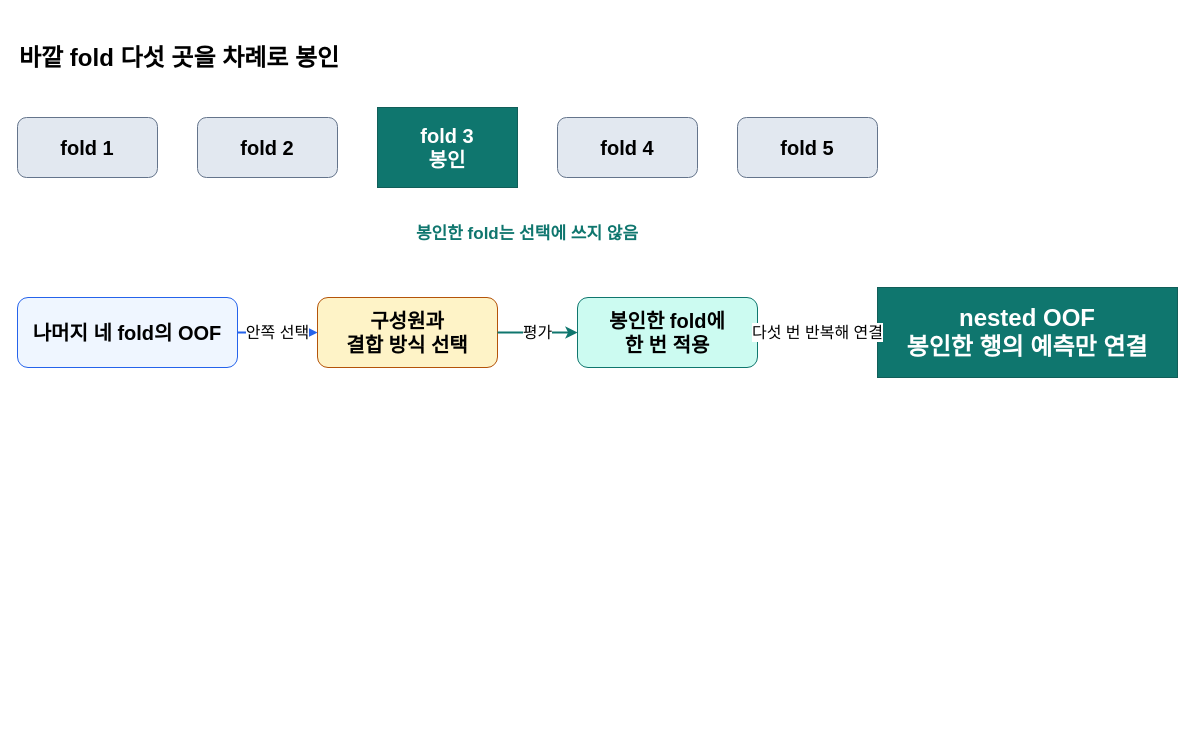
Before: docs/presentation/assets/retrospective-nested-oof.drawio in tmheo/predicting-smartphone-addiction, a draw.io diagram. Source tidied: cells renumbered, new cells numbered last; positions are measured from the earlier drawing's top-left corner, leaving out a move shared by most shapes. Both pictures are drawn from the tidied source at 100%, with x=0, y=0 at pixel (17, 37).
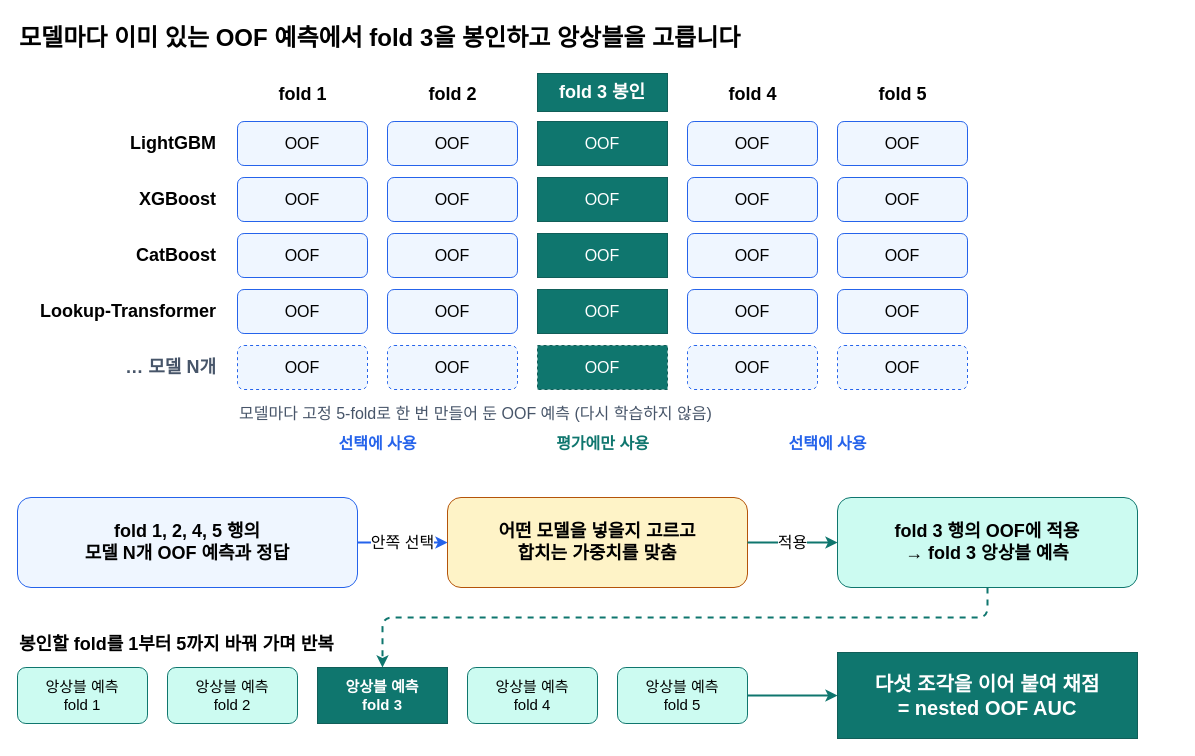
The same diagram, later.

Commit message (it also covers changes not shown here):
docs: nested OOF 그림을 모델별 OOF 표 기반으로 다시 그린다

Diff of the diagram source:
```diff
@@
-    <mxCell id="2" value="바깥 fold 다섯 곳을 차례로 봉인" style="text;html=1;fontStyle=1;fontSize=24;align=left;" parent="1" vertex="1">
-      <mxGeometry width="440" height="50" as="geometry" />
-    </mxCell>
+    <mxCell id="16" value="모델마다 이미 있는 OOF 예측에서 fold 3을 봉인하고 앙상블을 고릅니다" style="text;html=1;fontStyle=1;fontSize=24;align=left;" parent="1" vertex="1">
+      <mxGeometry y="-20" width="1000" height="50" as="geometry" />
+    </mxCell>
-    <mxCell id="3" value="fold 1" style="rounded=1;whiteSpace=wrap;html=1;fillColor=#e2e8f0;strokeColor=#64748b;fontStyle=1;fontSize=20;" parent="1" vertex="1">
-      <mxGeometry y="80" width="140" height="60" as="geometry" />
+    <mxCell id="3" value="fold 1" style="text;html=1;fontStyle=1;fontSize=18;align=center;" parent="1" vertex="1">
+      <mxGeometry x="220" y="40" width="130" height="30" as="geometry" />
     </mxCell>
-    <mxCell id="4" value="fold 2" style="rounded=1;whiteSpace=wrap;html=1;fillColor=#e2e8f0;strokeColor=#64748b;fontStyle=1;fontSize=20;" parent="1" vertex="1">
-      <mxGeometry x="180" y="80" width="140" height="60" as="geometry" />
+    <mxCell id="4" value="fold 2" style="text;html=1;fontStyle=1;fontSize=18;align=center;" parent="1" vertex="1">
+      <mxGeometry x="370" y="40" width="130" height="30" as="geometry" />
     </mxCell>
-    <mxCell id="5" value="fold 3&#10;봉인" style="rounded=0;whiteSpace=wrap;html=1;fillColor=#0f766e;strokeColor=#115e59;fontColor=#ffffff;fontStyle=1;fontSize=20;" parent="1" vertex="1">
-      <mxGeometry x="360" y="70" width="140" height="80" as="geometry" />
+    <mxCell id="5" value="fold 3 봉인" style="rounded=0;whiteSpace=wrap;html=1;fillColor=#0f766e;strokeColor=#115e59;fontColor=#ffffff;fontStyle=1;fontSize=18;" parent="1" vertex="1">
+      <mxGeometry x="520" y="36" width="130" height="38" as="geometry" />
     </mxCell>
-    <mxCell id="6" value="fold 4" style="rounded=1;whiteSpace=wrap;html=1;fillColor=#e2e8f0;strokeColor=#64748b;fontStyle=1;fontSize=20;" parent="1" vertex="1">
-      <mxGeometry x="540" y="80" width="140" height="60" as="geometry" />
+    <mxCell id="6" value="fold 4" style="text;html=1;fontStyle=1;fontSize=18;align=center;" parent="1" vertex="1">
+      <mxGeometry x="670" y="40" width="130" height="30" as="geometry" />
     </mxCell>
-    <mxCell id="7" value="fold 5" style="rounded=1;whiteSpace=wrap;html=1;fillColor=#e2e8f0;strokeColor=#64748b;fontStyle=1;fontSize=20;" parent="1" vertex="1">
-      <mxGeometry x="720" y="80" width="140" height="60" as="geometry" />
+    <mxCell id="7" value="fold 5" style="text;html=1;fontStyle=1;fontSize=18;align=center;" parent="1" vertex="1">
+      <mxGeometry x="820" y="40" width="130" height="30" as="geometry" />
     </mxCell>
-    <mxCell id="8" value="나머지 네 fold의 OOF" style="rounded=1;whiteSpace=wrap;html=1;fillColor=#eff6ff;strokeColor=#2563eb;fontStyle=1;fontSize=20;" parent="1" vertex="1">
-      <mxGeometry y="260" width="220" height="70" as="geometry" />
-    </mxCell>
-    <mxCell id="9" value="구성원과&#10;결합 방식 선택" style="rounded=1;whiteSpace=wrap;html=1;fillColor=#fef3c7;strokeColor=#b45309;fontStyle=1;fontSize=20;" parent="1" vertex="1">
-      <mxGeometry x="300" y="260" width="180" height="70" as="geometry" />
-    </mxCell>
-    <mxCell id="10" value="봉인한 fold에&#10;한 번 적용" style="rounded=1;whiteSpace=wrap;html=1;fillColor=#ccfbf1;strokeColor=#0f766e;fontStyle=1;fontSize=20;" parent="1" vertex="1">
-      <mxGeometry x="560" y="260" width="180" height="70" as="geometry" />
-    </mxCell>
-    <mxCell id="11" value="봉인한 fold는 선택에 쓰지 않음" style="text;whiteSpace=wrap;html=1;fontColor=#0f766e;fontStyle=1;fontSize=17;align=center;" parent="1" vertex="1">
-      <mxGeometry x="360" y="180" width="300" height="40" as="geometry" />
-    </mxCell>
-    <mxCell id="12" value="nested OOF&#10;봉인한 행의 예측만 연결" style="rounded=0;whiteSpace=wrap;html=1;fillColor=#0f766e;strokeColor=#115e59;fontColor=#ffffff;fontStyle=1;fontSize=24;" parent="1" vertex="1">
-      <mxGeometry x="860" y="250" width="300" height="90" as="geometry" />
-    </mxCell>
+    <mxCell id="17" value="LightGBM" style="text;html=1;fontStyle=1;fontSize=18;align=right;verticalAlign=middle;" parent="1" vertex="1">
+      <mxGeometry y="84" width="200" height="44" as="geometry" />
+    </mxCell>
+    <mxCell id="18" value="XGBoost" style="text;html=1;fontStyle=1;fontSize=18;align=right;verticalAlign=middle;" parent="1" vertex="1">
+      <mxGeometry y="140" width="200" height="44" as="geometry" />
+    </mxCell>
+    <mxCell id="19" value="CatBoost" style="text;html=1;fontStyle=1;fontSize=18;align=right;verticalAlign=middle;" parent="1" vertex="1">
+      <mxGeometry y="196" width="200" height="44" as="geometry" />
+    </mxCell>
+    <mxCell id="20" value="Lookup-Transformer" style="text;html=1;fontStyle=1;fontSize=18;align=right;verticalAlign=middle;" parent="1" vertex="1">
+      <mxGeometry y="252" width="200" height="44" as="geometry" />
+    </mxCell>
+    <mxCell id="21" value="… 모델 N개" style="text;html=1;fontStyle=1;fontSize=18;align=right;verticalAlign=middle;fontColor=#475569;" parent="1" vertex="1">
+      <mxGeometry y="308" width="200" height="44" as="geometry" />
+    </mxCell>
+    <mxCell id="22" value="OOF" style="rounded=1;whiteSpace=wrap;html=1;fillColor=#eff6ff;strokeColor=#2563eb;fontSize=16;" parent="1" vertex="1">
+      <mxGeometry x="220" y="84" width="130" height="44" as="geometry" />
+    </mxCell>
+    <mxCell id="23" value="OOF" style="rounded=1;whiteSpace=wrap;html=1;fillColor=#eff6ff;strokeColor=#2563eb;fontSize=16;" parent="1" vertex="1">
+      <mxGeometry x="370" y="84" width="130" height="44" as="geometry" />
+    </mxCell>
+    <mxCell id="24" value="OOF" style="rounded=0;whiteSpace=wrap;html=1;fillColor=#0f766e;strokeColor=#115e59;fontColor=#ffffff;fontSize=16;" parent="1" vertex="1">
+      <mxGeometry x="520" y="84" width="130" height="44" as="geometry" />
+    </mxCell>
+    <mxCell id="25" value="OOF" style="rounded=1;whiteSpace=wrap;html=1;fillColor=#eff6ff;strokeColor=#2563eb;fontSize=16;" parent="1" vertex="1">
+      <mxGeometry x="670" y="84" width="130" height="44" as="geometry" />
+    </mxCell>
+    <mxCell id="26" value="OOF" style="rounded=1;whiteSpace=wrap;html=1;fillColor=#eff6ff;strokeColor=#2563eb;fontSize=16;" parent="1" vertex="1">
+      <mxGeometry x="820" y="84" width="130" height="44" as="geometry" />
+    </mxCell>
+    <mxCell id="27" value="OOF" style="rounded=1;whiteSpace=wrap;html=1;fillColor=#eff6ff;strokeColor=#2563eb;fontSize=16;" parent="1" vertex="1">
+      <mxGeometry x="220" y="140" width="130" height="44" as="geometry" />
+    </mxCell>
+    <mxCell id="28" value="OOF" style="rounded=1;whiteSpace=wrap;html=1;fillColor=#eff6ff;strokeColor=#2563eb;fontSize=16;" parent="1" vertex="1">
+      <mxGeometry x="370" y="140" width="130" height="44" as="geometry" />
+    </mxCell>
+    <mxCell id="29" value="OOF" style="rounded=0;whiteSpace=wrap;html=1;fillColor=#0f766e;strokeColor=#115e59;fontColor=#ffffff;fontSize=16;" parent="1" vertex="1">
+      <mxGeometry x="520" y="140" width="130" height="44" as="geometry" />
+    </mxCell>
+    <mxCell id="30" value="OOF" style="rounded=1;whiteSpace=wrap;html=1;fillColor=#eff6ff;strokeColor=#2563eb;fontSize=16;" parent="1" vertex="1">
+      <mxGeometry x="670" y="140" width="130" height="44" as="geometry" />
+    </mxCell>
+    <mxCell id="31" value="OOF" style="rounded=1;whiteSpace=wrap;html=1;fillColor=#eff6ff;strokeColor=#2563eb;fontSize=16;" parent="1" vertex="1">
+      <mxGeometry x="820" y="140" width="130" height="44" as="geometry" />
+    </mxCell>
+    <mxCell id="32" value="OOF" style="rounded=1;whiteSpace=wrap;html=1;fillColor=#eff6ff;strokeColor=#2563eb;fontSize=16;" parent="1" vertex="1">
+      <mxGeometry x="220" y="196" width="130" height="44" as="geometry" />
+    </mxCell>
+    <mxCell id="33" value="OOF" style="rounded=1;whiteSpace=wrap;html=1;fillColor=#eff6ff;strokeColor=#2563eb;fontSize=16;" parent="1" vertex="1">
+      <mxGeometry x="370" y="196" width="130" height="44" as="geometry" />
+    </mxCell>
+    <mxCell id="34" value="OOF" style="rounded=0;whiteSpace=wrap;html=1;fillColor=#0f766e;strokeColor=#115e59;fontColor=#ffffff;fontSize=16;" parent="1" vertex="1">
+      <mxGeometry x="520" y="196" width="130" height="44" as="geometry" />
+    </mxCell>
+    <mxCell id="35" value="OOF" style="rounded=1;whiteSpace=wrap;html=1;fillColor=#eff6ff;strokeColor=#2563eb;fontSize=16;" parent="1" vertex="1">
+      <mxGeometry x="670" y="196" width="130" height="44" as="geometry" />
+    </mxCell>
+    <mxCell id="36" value="OOF" style="rounded=1;whiteSpace=wrap;html=1;fillColor=#eff6ff;strokeColor=#2563eb;fontSize=16;" parent="1" vertex="1">
+      <mxGeometry x="820" y="196" width="130" height="44" as="geometry" />
+    </mxCell>
+    <mxCell id="37" value="OOF" style="rounded=1;whiteSpace=wrap;html=1;fillColor=#eff6ff;strokeColor=#2563eb;fontSize=16;" parent="1" vertex="1">
+      <mxGeometry x="220" y="252" width="130" height="44" as="geometry" />
+    </mxCell>
+    <mxCell id="38" value="OOF" style="rounded=1;whiteSpace=wrap;html=1;fillColor=#eff6ff;strokeColor=#2563eb;fontSize=16;" parent="1" vertex="1">
+      <mxGeometry x="370" y="252" width="130" height="44" as="geometry" />
+    </mxCell>
+    <mxCell id="39" value="OOF" style="rounded=0;whiteSpace=wrap;html=1;fillColor=#0f766e;strokeColor=#115e59;fontColor=#ffffff;fontSize=16;" parent="1" vertex="1">
+      <mxGeometry x="520" y="252" width="130" height="44" as="geometry" />
+    </mxCell>
+    <mxCell id="40" value="OOF" style="rounded=1;whiteSpace=wrap;html=1;fillColor=#eff6ff;strokeColor=#2563eb;fontSize=16;" parent="1" vertex="1">
+      <mxGeometry x="670" y="252" width="130" height="44" as="geometry" />
+    </mxCell>
+    <mxCell id="41" value="OOF" style="rounded=1;whiteSpace=wrap;html=1;fillColor=#eff6ff;strokeColor=#2563eb;fontSize=16;" parent="1" vertex="1">
+      <mxGeometry x="820" y="252" width="130" height="44" as="geometry" />
+    </mxCell>
+    <mxCell id="42" value="OOF" style="rounded=1;whiteSpace=wrap;html=1;fillColor=#eff6ff;strokeColor=#2563eb;fontSize=16;dashed=1;" parent="1" vertex="1">
+      <mxGeometry x="220" y="308" width="130" height="44" as="geometry" />
+    </mxCell>
+    <mxCell id="43" value="OOF" style="rounded=1;whiteSpace=wrap;html=1;fillColor=#eff6ff;strokeColor=#2563eb;fontSize=16;dashed=1;" parent="1" vertex="1">
+      <mxGeometry x="370" y="308" width="130" height="44" as="geometry" />
+    </mxCell>
+    <mxCell id="44" value="OOF" style="rounded=0;whiteSpace=wrap;html=1;fillColor=#0f766e;strokeColor=#115e59;fontColor=#ffffff;fontSize=16;dashed=1;" parent="1" vertex="1">
+      <mxGeometry x="520" y="308" width="130" height="44" as="geometry" />
+    </mxCell>
+    <mxCell id="45" value="OOF" style="rounded=1;whiteSpace=wrap;html=1;fillColor=#eff6ff;strokeColor=#2563eb;fontSize=16;dashed=1;" parent="1" vertex="1">
+      <mxGeometry x="670" y="308" width="130" height="44" as="geometry" />
+    </mxCell>
+    <mxCell id="46" value="OOF" style="rounded=1;whiteSpace=wrap;html=1;fillColor=#eff6ff;strokeColor=#2563eb;fontSize=16;dashed=1;" parent="1" vertex="1">
+      <mxGeometry x="820" y="308" width="130" height="44" as="geometry" />
+    </mxCell>
+    <mxCell id="47" value="모델마다 고정 5-fold로 한 번 만들어 둔 OOF 예측 (다시 학습하지 않음)" style="text;html=1;fontSize=16;fontColor=#475569;align=left;" parent="1" vertex="1">
+      <mxGeometry x="220" y="360" width="740" height="30" as="geometry" />
+    </mxCell>
+    <mxCell id="48" value="선택에 사용" style="text;html=1;fontStyle=1;fontSize=16;fontColor=#2563eb;align=center;" parent="1" vertex="1">
+      <mxGeometry x="220" y="390" width="280" height="30" as="geometry" />
+    </mxCell>
+    <mxCell id="49" value="평가에만 사용" style="text;html=1;fontStyle=1;fontSize=16;fontColor=#0f766e;align=center;" parent="1" vertex="1">
+      <mxGeometry x="520" y="390" width="130" height="30" as="geometry" />
+    </mxCell>
+    <mxCell id="50" value="선택에 사용" style="text;html=1;fontStyle=1;fontSize=16;fontColor=#2563eb;align=center;" parent="1" vertex="1">
+      <mxGeometry x="670" y="390" width="280" height="30" as="geometry" />
+    </mxCell>
+    <mxCell id="51" value="fold 1, 2, 4, 5 행의&#10;모델 N개 OOF 예측과 정답" style="rounded=1;whiteSpace=wrap;html=1;fillColor=#eff6ff;strokeColor=#2563eb;fontStyle=1;fontSize=18;" parent="1" vertex="1">
+      <mxGeometry y="460" width="340" height="90" as="geometry" />
+    </mxCell>
+    <mxCell id="52" value="어떤 모델을 넣을지 고르고&#10;합치는 가중치를 맞춤" style="rounded=1;whiteSpace=wrap;html=1;fillColor=#fef3c7;strokeColor=#b45309;fontStyle=1;fontSize=18;" parent="1" vertex="1">
+      <mxGeometry x="430" y="460" width="300" height="90" as="geometry" />
+    </mxCell>
+    <mxCell id="53" value="fold 3 행의 OOF에 적용&#10;→ fold 3 앙상블 예측" style="rounded=1;whiteSpace=wrap;html=1;fillColor=#ccfbf1;strokeColor=#0f766e;fontStyle=1;fontSize=18;" parent="1" vertex="1">
+      <mxGeometry x="820" y="460" width="300" height="90" as="geometry" />
+    </mxCell>
-    <mxCell id="13" value="안쪽 선택" style="edgeStyle=orthogonalEdgeStyle;rounded=1;html=1;endArrow=classic;strokeColor=#2563eb;strokeWidth=2;fontSize=16;" parent="1" edge="1" source="8" target="9">
+    <mxCell id="13" value="안쪽 선택" style="edgeStyle=orthogonalEdgeStyle;rounded=1;html=1;endArrow=classic;strokeColor=#2563eb;strokeWidth=2;fontSize=16;" parent="1" edge="1" source="51" target="52">
       <mxGeometry relative="1" as="geometry" />
     </mxCell>
-    <mxCell id="14" value="평가" style="edgeStyle=orthogonalEdgeStyle;rounded=1;html=1;endArrow=classic;strokeColor=#0f766e;strokeWidth=2;fontSize=16;" parent="1" edge="1" source="9" target="10">
-      <mxGeometry relative="1" as="geometry" />
-    </mxCell>
-    <mxCell id="15" value="다섯 번 반복해 연결" style="edgeStyle=orthogonalEdgeStyle;rounded=1;html=1;endArrow=classic;strokeColor=#0f766e;strokeWidth=2;fontSize=16;" parent="1" edge="1" source="10" target="12">
-      <mxGeometry relative="1" as="geometry" />
-    </mxCell>
+    <mxCell id="54" value="적용" style="edgeStyle=orthogonalEdgeStyle;rounded=1;html=1;endArrow=classic;strokeColor=#0f766e;strokeWidth=2;fontSize=16;" parent="1" edge="1" source="52" target="53">
+      <mxGeometry relative="1" as="geometry" />
+    </mxCell>
+    <mxCell id="55" value="봉인할 fold를 1부터 5까지 바꿔 가며 반복" style="text;html=1;fontStyle=1;fontSize=18;align=left;" parent="1" vertex="1">
+      <mxGeometry y="590" width="500" height="30" as="geometry" />
+    </mxCell>
+    <mxCell id="56" value="앙상블 예측&#10;fold 1" style="rounded=1;whiteSpace=wrap;html=1;fillColor=#ccfbf1;strokeColor=#0f766e;fontSize=15;" parent="1" vertex="1">
+      <mxGeometry y="630" width="130" height="56" as="geometry" />
+    </mxCell>
+    <mxCell id="57" value="앙상블 예측&#10;fold 2" style="rounded=1;whiteSpace=wrap;html=1;fillColor=#ccfbf1;strokeColor=#0f766e;fontSize=15;" parent="1" vertex="1">
+      <mxGeometry x="150" y="630" width="130" height="56" as="geometry" />
+    </mxCell>
+    <mxCell id="58" value="앙상블 예측&#10;fold 3" style="rounded=0;whiteSpace=wrap;html=1;fillColor=#0f766e;strokeColor=#115e59;fontColor=#ffffff;fontStyle=1;fontSize=15;" parent="1" vertex="1">
+      <mxGeometry x="300" y="630" width="130" height="56" as="geometry" />
+    </mxCell>
+    <mxCell id="59" value="앙상블 예측&#10;fold 4" style="rounded=1;whiteSpace=wrap;html=1;fillColor=#ccfbf1;strokeColor=#0f766e;fontSize=15;" parent="1" vertex="1">
+      <mxGeometry x="450" y="630" width="130" height="56" as="geometry" />
+    </mxCell>
+    <mxCell id="60" value="앙상블 예측&#10;fold 5" style="rounded=1;whiteSpace=wrap;html=1;fillColor=#ccfbf1;strokeColor=#0f766e;fontSize=15;" parent="1" vertex="1">
+      <mxGeometry x="600" y="630" width="130" height="56" as="geometry" />
+    </mxCell>
+    <mxCell id="61" value="다섯 조각을 이어 붙여 채점&#10;= nested OOF AUC" style="rounded=0;whiteSpace=wrap;html=1;fillColor=#0f766e;strokeColor=#115e59;fontColor=#ffffff;fontStyle=1;fontSize=20;" parent="1" vertex="1">
+      <mxGeometry x="820" y="615" width="300" height="86" as="geometry" />
+    </mxCell>
+    <mxCell id="62" style="edgeStyle=orthogonalEdgeStyle;rounded=1;html=1;endArrow=classic;strokeColor=#0f766e;strokeWidth=2;dashed=1;exitX=0.5;exitY=1;entryX=0.5;entryY=0;" parent="1" edge="1" source="53" target="58">
+      <mxGeometry relative="1" as="geometry">
+        <Array as="points">
+          <mxPoint x="970" y="580" />
+          <mxPoint x="365" y="580" />
+        </Array>
+      </mxGeometry>
+    </mxCell>
+    <mxCell id="63" style="edgeStyle=orthogonalEdgeStyle;rounded=1;html=1;endArrow=classic;strokeColor=#0f766e;strokeWidth=2;" parent="1" edge="1" source="60" target="61">
+      <mxGeometry relative="1" as="geometry" />
+    </mxCell>
```
